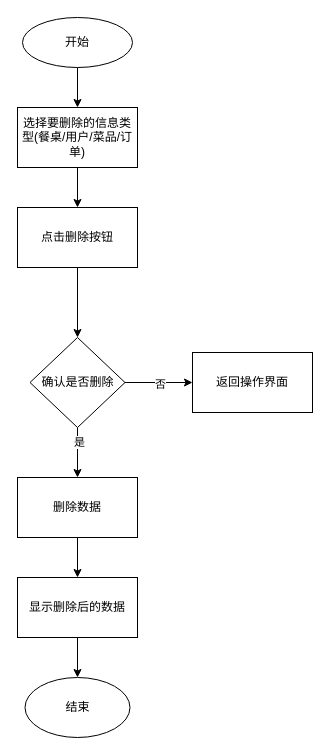
This is page "删除信息图" (5 of 18) of main.drawio from bzerozero7/test, a draw.io file, before an edit. Source tidied: cells renumbered, new cells numbered last; positions are measured from the earlier drawing's top-left corner, leaving out a move shared by most shapes. Both pictures are drawn from the tidied source at 100%, with x=0, y=0 at pixel (17, 17).
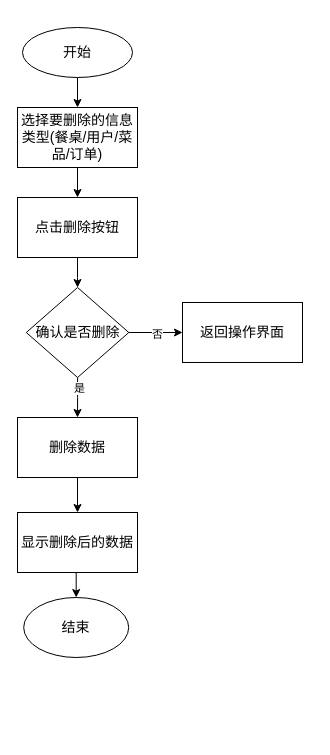
After the change.

What changed in the source:
```diff
@@
 <mxGraphModel>
   <root>
     <mxCell id="0" />
     <mxCell id="1" parent="0" />
     <mxCell id="2" style="edgeStyle=orthogonalEdgeStyle;rounded=0;jettySize=auto;html=1;" parent="1" edge="1" source="3" target="5">
       <mxGeometry relative="1" as="geometry" />
     </mxCell>
-    <mxCell id="3" value="开始" style="ellipse;whiteSpace=wrap;html=1;" parent="1" vertex="1">
-      <mxGeometry x="5" width="110" height="50" as="geometry" />
+    <mxCell id="3" value="&lt;font style=&quot;font-size: 14px;&quot;&gt;开始&lt;/font&gt;" style="ellipse;whiteSpace=wrap;html=1;" parent="1" vertex="1">
+      <mxGeometry x="5" y="10" width="110" height="50" as="geometry" />
     </mxCell>
     <mxCell id="4" style="edgeStyle=orthogonalEdgeStyle;rounded=0;jettySize=auto;html=1;" parent="1" edge="1" source="5" target="7">
       <mxGeometry relative="1" as="geometry" />
     </mxCell>
-    <mxCell id="5" value="选择要删除的信息类型(餐桌/用户/菜品/订单)" style="whiteSpace=wrap;html=1;" parent="1" vertex="1">
+    <mxCell id="5" value="&lt;font style=&quot;font-size: 14px;&quot;&gt;选择要删除的信息类型(餐桌/用户/菜品/订单)&lt;/font&gt;" style="whiteSpace=wrap;html=1;" parent="1" vertex="1">
       <mxGeometry y="90" width="120" height="60" as="geometry" />
     </mxCell>
     <mxCell id="6" style="edgeStyle=orthogonalEdgeStyle;rounded=0;jettySize=auto;html=1;" parent="1" edge="1" source="7" target="12">
       <mxGeometry relative="1" as="geometry" />
     </mxCell>
-    <mxCell id="7" value="点击删除按钮" style="whiteSpace=wrap;html=1;" parent="1" vertex="1">
-      <mxGeometry y="190" width="120" height="60" as="geometry" />
+    <mxCell id="7" value="&lt;font style=&quot;font-size: 14px;&quot;&gt;点击删除按钮&lt;/font&gt;" style="whiteSpace=wrap;html=1;" parent="1" vertex="1">
+      <mxGeometry y="180" width="120" height="60" as="geometry" />
     </mxCell>
     <mxCell id="8" style="edgeStyle=orthogonalEdgeStyle;rounded=0;jettySize=auto;html=1;" parent="1" edge="1" source="12" target="14">
       <mxGeometry relative="1" as="geometry" />
     </mxCell>
     <mxCell id="9" value="是" style="edgeLabel;html=1;align=center;verticalAlign=middle;" parent="8" vertex="1">
       <mxGeometry x="-0.44" y="1" relative="1" as="geometry" />
     </mxCell>
     <mxCell id="10" style="edgeStyle=orthogonalEdgeStyle;rounded=0;jettySize=auto;html=1;" parent="1" edge="1" source="12" target="15">
       <mxGeometry relative="1" as="geometry" />
     </mxCell>
     <mxCell id="11" value="否" style="edgeLabel;html=1;align=center;verticalAlign=middle;" parent="10" vertex="1">
       <mxGeometry x="0.02" y="-1" relative="1" as="geometry">
         <mxPoint x="1" as="offset" />
       </mxGeometry>
     </mxCell>
-    <mxCell id="12" value="确认是否删除" style="rhombus;whiteSpace=wrap;html=1;" parent="1" vertex="1">
-      <mxGeometry x="12.5" y="320" width="95" height="90" as="geometry" />
+    <mxCell id="12" value="&lt;font style=&quot;font-size: 14px;&quot;&gt;确认是否删除&lt;/font&gt;" style="rhombus;whiteSpace=wrap;html=1;" parent="1" vertex="1">
+      <mxGeometry x="8.8" y="270" width="102.5" height="90" as="geometry" />
     </mxCell>
     <mxCell id="13" style="edgeStyle=orthogonalEdgeStyle;rounded=0;jettySize=auto;html=1;" parent="1" edge="1" source="14" target="17">
       <mxGeometry relative="1" as="geometry" />
     </mxCell>
-    <mxCell id="14" value="删除数据" style="whiteSpace=wrap;html=1;" parent="1" vertex="1">
-      <mxGeometry y="460" width="120" height="60" as="geometry" />
+    <mxCell id="14" value="&lt;font style=&quot;font-size: 14px;&quot;&gt;删除数据&lt;/font&gt;" style="whiteSpace=wrap;html=1;" parent="1" vertex="1">
+      <mxGeometry y="400" width="120" height="60" as="geometry" />
     </mxCell>
-    <mxCell id="15" value="返回操作界面" style="whiteSpace=wrap;html=1;" parent="1" vertex="1">
-      <mxGeometry x="175" y="335" width="120" height="60" as="geometry" />
+    <mxCell id="15" value="&lt;font style=&quot;font-size: 14px;&quot;&gt;返回操作界面&lt;/font&gt;" style="whiteSpace=wrap;html=1;" parent="1" vertex="1">
+      <mxGeometry x="165" y="285" width="120" height="60" as="geometry" />
     </mxCell>
     <mxCell id="16" style="edgeStyle=orthogonalEdgeStyle;rounded=0;jettySize=auto;html=1;exitX=0.5;exitY=1;exitDx=0;exitDy=0;entryX=0.5;entryY=0;entryDx=0;entryDy=0;" parent="1" edge="1" source="17" target="18">
       <mxGeometry relative="1" as="geometry" />
     </mxCell>
-    <mxCell id="17" value="显示删除后的数据" style="whiteSpace=wrap;html=1;" parent="1" vertex="1">
-      <mxGeometry y="560" width="120" height="60" as="geometry" />
+    <mxCell id="17" value="&lt;font style=&quot;font-size: 14px;&quot;&gt;显示删除后的数据&lt;/font&gt;" style="whiteSpace=wrap;html=1;" parent="1" vertex="1">
+      <mxGeometry y="495" width="120" height="60" as="geometry" />
     </mxCell>
-    <mxCell id="18" value="结束" style="ellipse;whiteSpace=wrap;html=1;" parent="1" vertex="1">
-      <mxGeometry x="7.5" y="660" width="105" height="60" as="geometry" />
+    <mxCell id="18" value="&lt;font style=&quot;font-size: 14px;&quot;&gt;结束&lt;/font&gt;" style="ellipse;whiteSpace=wrap;html=1;" parent="1" vertex="1">
+      <mxGeometry x="6.2" y="580" width="105" height="60" as="geometry" />
     </mxCell>
   </root>
 </mxGraphModel>
```
